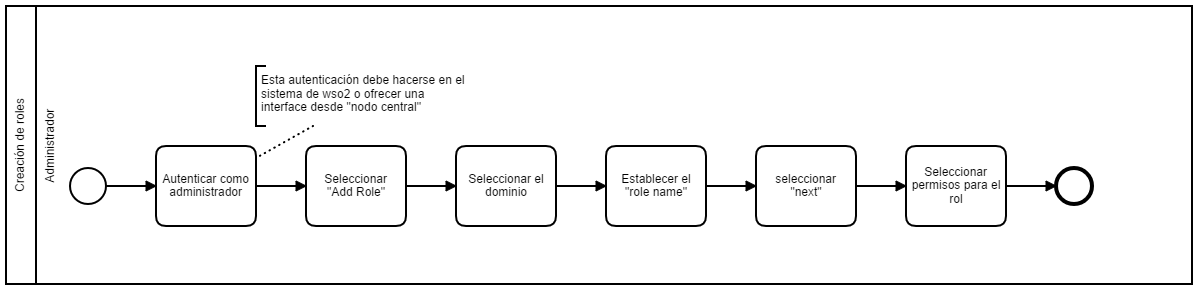
This is configuracion/imagenes/creacion_rol.png from udistrital/arquitectura_docs, a BPMN export, as it was before one commit. Its source is kept beside it as configuracion/imagenes/creacion_rol.bpmn. Ids are renumbered.
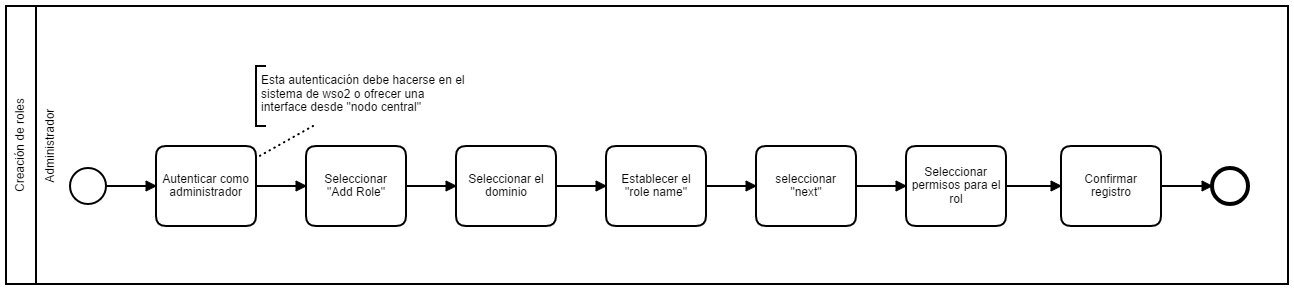
Later version of the same file.

Commit message:
confirmar registro en procesos

Change to the diagram source:
```diff
@@ -5,13 +5,14 @@
   <bpmn:process id="Process_1" isExecutable="true">
     <bpmn:laneSet>
       <bpmn:lane id="Lane_n4" name="Administrador">
+        <bpmn:flowNodeRef>StartEvent_n11</bpmn:flowNodeRef>
         <bpmn:flowNodeRef>Task_n5</bpmn:flowNodeRef>
         <bpmn:flowNodeRef>Task_n6</bpmn:flowNodeRef>
         <bpmn:flowNodeRef>Task_n7</bpmn:flowNodeRef>
         <bpmn:flowNodeRef>Task_n8</bpmn:flowNodeRef>
         <bpmn:flowNodeRef>Task_n9</bpmn:flowNodeRef>
         <bpmn:flowNodeRef>Task_n10</bpmn:flowNodeRef>
-        <bpmn:flowNodeRef>StartEvent_n11</bpmn:flowNodeRef>
+        <bpmn:flowNodeRef>Task_n22</bpmn:flowNodeRef>
         <bpmn:flowNodeRef>EndEvent_n12</bpmn:flowNodeRef>
       </bpmn:lane>
     </bpmn:laneSet>
@@ -40,18 +41,23 @@
     </bpmn:task>
     <bpmn:task id="Task_n10" name="Seleccionar permisos para el rol">
       <bpmn:incoming>SequenceFlow_n18</bpmn:incoming>
-      <bpmn:outgoing>SequenceFlow_n19</bpmn:outgoing>
+      <bpmn:outgoing>SequenceFlow_n23</bpmn:outgoing>
     </bpmn:task>
-    <bpmn:endEvent id="EndEvent_n12">
-      <bpmn:incoming>SequenceFlow_n19</bpmn:incoming>
-    </bpmn:endEvent>
     <bpmn:sequenceFlow id="SequenceFlow_n13" sourceRef="StartEvent_n11" targetRef="Task_n5" />
     <bpmn:sequenceFlow id="SequenceFlow_n14" sourceRef="Task_n5" targetRef="Task_n6" />
     <bpmn:sequenceFlow id="SequenceFlow_n15" sourceRef="Task_n6" targetRef="Task_n7" />
     <bpmn:sequenceFlow id="SequenceFlow_n16" sourceRef="Task_n7" targetRef="Task_n8" />
     <bpmn:sequenceFlow id="SequenceFlow_n17" sourceRef="Task_n8" targetRef="Task_n9" />
     <bpmn:sequenceFlow id="SequenceFlow_n18" sourceRef="Task_n9" targetRef="Task_n10" />
-    <bpmn:sequenceFlow id="SequenceFlow_n19" sourceRef="Task_n10" targetRef="EndEvent_n12" />
+    <bpmn:task id="Task_n22" name="Confirmar registro">
+      <bpmn:incoming>SequenceFlow_n23</bpmn:incoming>
+      <bpmn:outgoing>SequenceFlow_n24</bpmn:outgoing>
+    </bpmn:task>
+    <bpmn:endEvent id="EndEvent_n12">
+      <bpmn:incoming>SequenceFlow_n24</bpmn:incoming>
+    </bpmn:endEvent>
+    <bpmn:sequenceFlow id="SequenceFlow_n23" sourceRef="Task_n10" targetRef="Task_n22" />
+    <bpmn:sequenceFlow id="SequenceFlow_n24" sourceRef="Task_n22" targetRef="EndEvent_n12" />
     <bpmn:textAnnotation id="TextAnnotation_n20">
       <bpmn:text>Esta autenticación debe hacerse en el sistema de wso2 o ofrecer una interface desde "nodo central"</bpmn:text>
     </bpmn:textAnnotation>
@@ -60,10 +66,10 @@
   <bpmndi:BPMNDiagram id="BPMNDiagram_1">
     <bpmndi:BPMNPlane id="BPMNPlane_1" bpmnElement="Collaboration_n2">
       <bpmndi:BPMNShape id="Participant_n3_di" bpmnElement="Participant_n3">
-        <dc:Bounds x="28" y="18" width="1186" height="278" />
+        <dc:Bounds x="28" y="18" width="1282" height="278" />
       </bpmndi:BPMNShape>
       <bpmndi:BPMNShape id="Lane_n4_di" bpmnElement="Lane_n4">
-        <dc:Bounds x="58" y="18" width="1156" height="278" />
+        <dc:Bounds x="58" y="18" width="1252" height="278" />
       </bpmndi:BPMNShape>
       <bpmndi:BPMNShape id="TextAnnotation_n20_di" bpmnElement="TextAnnotation_n20">
         <dc:Bounds x="278" y="78" width="220" height="60" />
@@ -93,9 +99,9 @@
         <dc:Bounds x="928" y="158" width="100" height="80" />
       </bpmndi:BPMNShape>
       <bpmndi:BPMNShape id="EndEvent_n12_di" bpmnElement="EndEvent_n12">
-        <dc:Bounds x="1078" y="180" width="36" height="36" />
+        <dc:Bounds x="1234" y="180" width="36" height="36" />
         <bpmndi:BPMNLabel>
-          <dc:Bounds x="1096" y="220" width="0" height="12" />
+          <dc:Bounds x="1207" y="220" width="90" height="12" />
         </bpmndi:BPMNLabel>
       </bpmndi:BPMNShape>
       <bpmndi:BPMNEdge id="Association_n21_di" bpmnElement="Association_n21">
@@ -144,11 +150,21 @@
           <dc:Bounds x="903" y="177" width="0" height="12" />
         </bpmndi:BPMNLabel>
       </bpmndi:BPMNEdge>
-      <bpmndi:BPMNEdge id="SequenceFlow_n19_di" bpmnElement="SequenceFlow_n19">
+      <bpmndi:BPMNShape id="Task_n22_di" bpmnElement="Task_n22">
+        <dc:Bounds x="1083" y="158" width="100" height="80" />
+      </bpmndi:BPMNShape>
+      <bpmndi:BPMNEdge id="SequenceFlow_n23_di" bpmnElement="SequenceFlow_n23">
         <di:waypoint x="1028" y="198" />
-        <di:waypoint x="1078" y="198" />
+        <di:waypoint x="1083" y="198" />
         <bpmndi:BPMNLabel>
-          <dc:Bounds x="1053" y="177" width="0" height="12" />
+          <dc:Bounds x="1055.5" y="177" width="0" height="12" />
+        </bpmndi:BPMNLabel>
+      </bpmndi:BPMNEdge>
+      <bpmndi:BPMNEdge id="SequenceFlow_n24_di" bpmnElement="SequenceFlow_n24">
+        <di:waypoint x="1183" y="198" />
+        <di:waypoint x="1234" y="198" />
+        <bpmndi:BPMNLabel>
+          <dc:Bounds x="1208.5" y="177" width="0" height="12" />
         </bpmndi:BPMNLabel>
       </bpmndi:BPMNEdge>
     </bpmndi:BPMNPlane>
```
